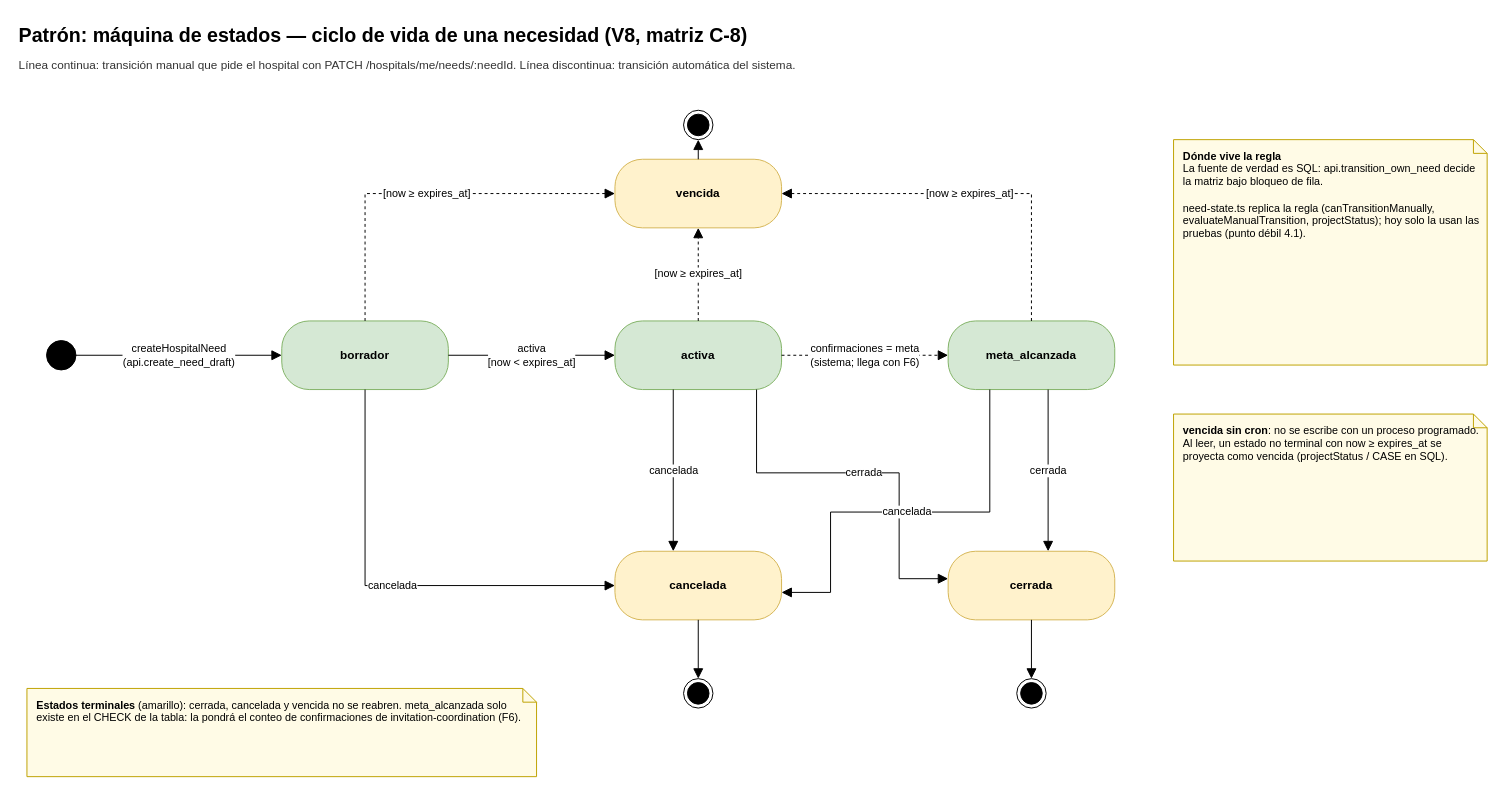
Before: page "15 Máquina de estados de una necesidad" (14 of 25) of evidence_pc2/diagramas/save-a-life-uml.drawio in DiegoRomanP/Safe-a-Life, a draw.io diagram. Source tidied: cells renumbered, new cells numbered last; positions are measured from the earlier drawing's top-left corner, leaving out a move shared by most shapes. Both pictures are drawn from the tidied source at 98%, with x=0, y=0 at pixel (17, 17).
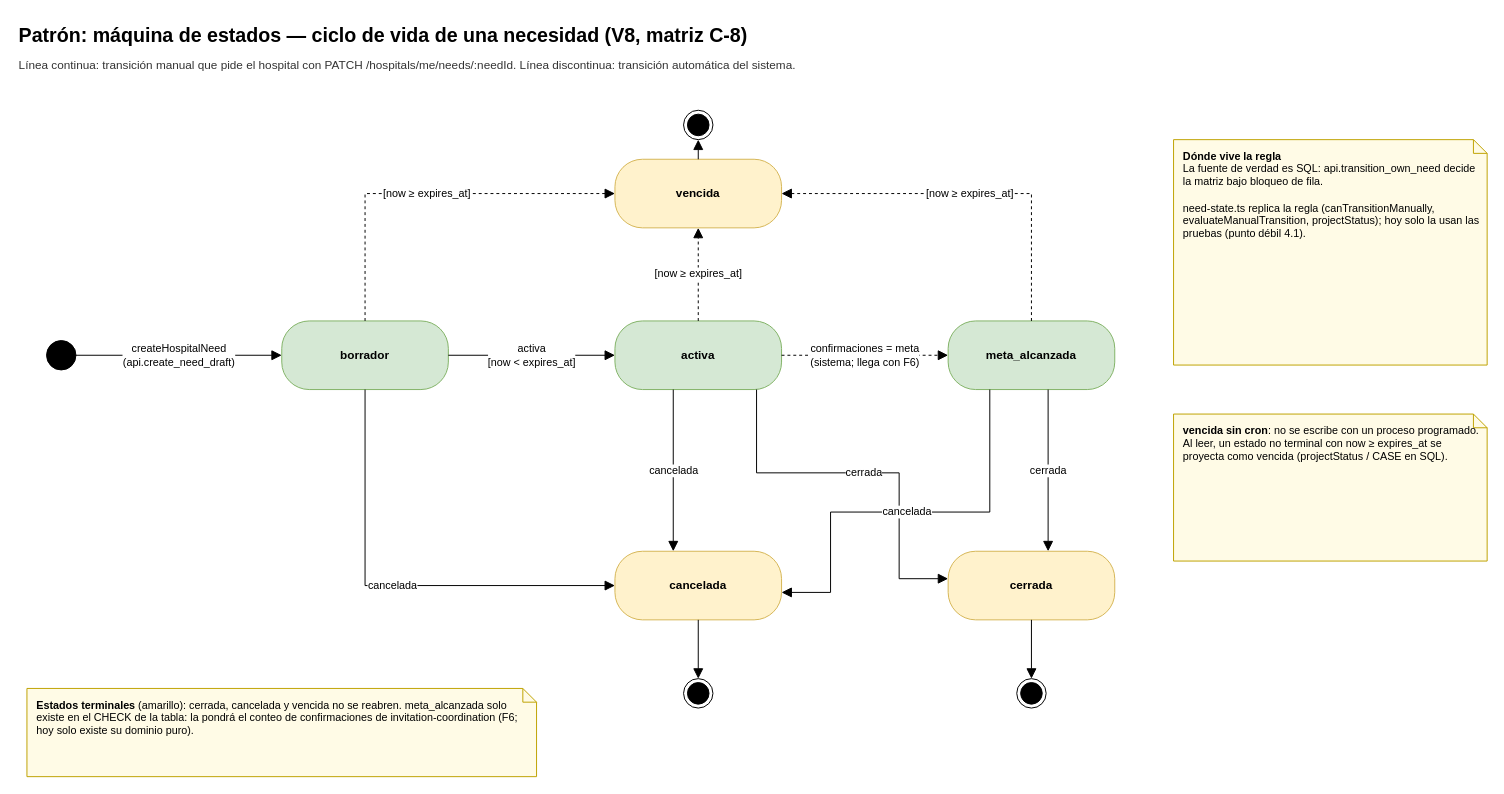
Above is the later version.

Change to the diagram source:
```diff
@@
-    <mxCell id="30" value="&lt;b&gt;Estados terminales&lt;/b&gt; (amarillo): cerrada, cancelada y vencida no se reabren. meta_alcanzada solo existe en el CHECK de la tabla: la pondrá el conteo de confirmaciones de invitation-coordination (F6)." style="shape=note;whiteSpace=wrap;html=1;size=14;align=left;verticalAlign=top;spacingLeft=8;spacingTop=4;spacingRight=6;fillColor=#fffbe6;strokeColor=#bfa200;fontSize=11;" parent="1" vertex="1">
+    <mxCell id="30" value="&lt;b&gt;Estados terminales&lt;/b&gt; (amarillo): cerrada, cancelada y vencida no se reabren. meta_alcanzada solo existe en el CHECK de la tabla: la pondrá el conteo de confirmaciones de invitation-coordination (F6; hoy solo existe su dominio puro)." style="shape=note;whiteSpace=wrap;html=1;size=14;align=left;verticalAlign=top;spacingLeft=8;spacingTop=4;spacingRight=6;fillColor=#fffbe6;strokeColor=#bfa200;fontSize=11;" parent="1" vertex="1">
       <mxGeometry x="10" y="685" width="520" height="90" as="geometry" />
     </mxCell>
```
